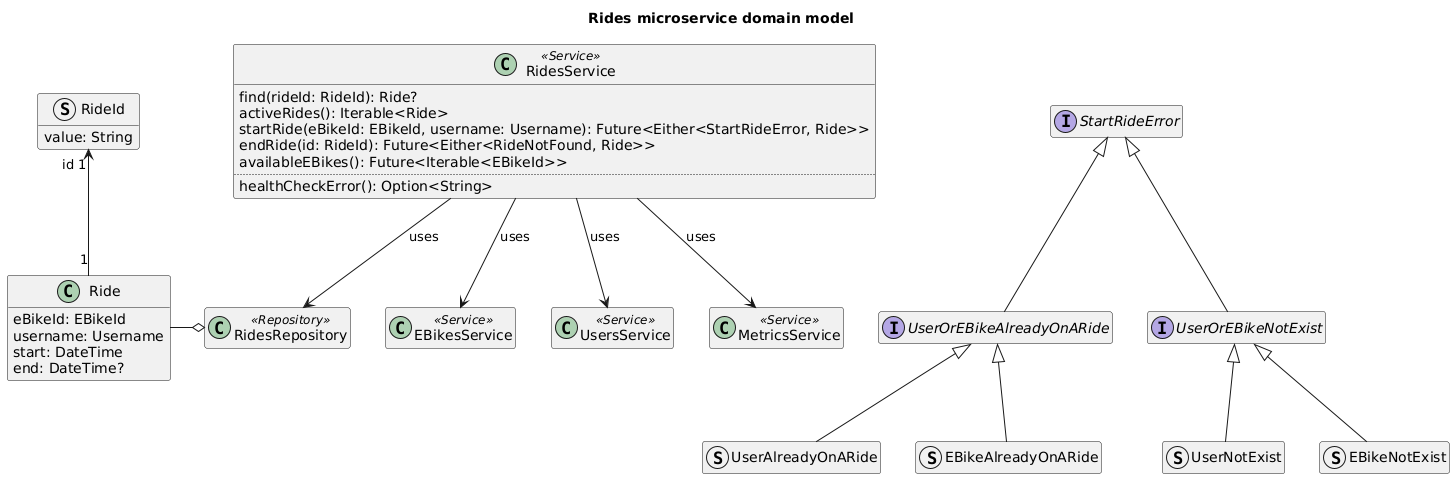
Ventus218/SAP-assignment-03 keeps this PlantUML diagram as doc/diagrams/rides-microservice-domain-model.png. Above is the earlier version. The source it was exported from:
```plantuml
@startuml rides-microservice-domain-model

title Rides microservice domain model

class Ride {
    eBikeId: EBikeId
    username: Username
    start: DateTime
    end: DateTime?
}
struct RideId {
    value: String
}
Ride "1" -u-> "id 1" RideId

class RidesRepository <<Repository>>
RidesRepository o-l- Ride

class RidesService <<Service>> {
    find(rideId: RideId): Ride?
    activeRides(): Iterable<Ride>
    startRide(eBikeId: EBikeId, username: Username): Future<Either<StartRideError, Ride>>
    endRide(id: RideId): Future<Either<RideNotFound, Ride>>
    availableEBikes(): Future<Iterable<EBikeId>>
    ..
    healthCheckError(): Option<String>
}

RidesService --> RidesRepository : "uses"

class EBikesService <<Service>>
RidesService --> EBikesService : "uses"

class UsersService <<Service>>
RidesService --> UsersService : "uses"

class MetricsService <<Service>>
RidesService --> MetricsService : "uses"

interface StartRideError

interface UserOrEBikeAlreadyOnARide extends StartRideError
struct UserAlreadyOnARide extends UserOrEBikeAlreadyOnARide
struct EBikeAlreadyOnARide extends UserOrEBikeAlreadyOnARide

interface UserOrEBikeNotExist extends StartRideError
struct UserNotExist extends UserOrEBikeNotExist
struct EBikeNotExist extends UserOrEBikeNotExist

hide empty members

@enduml
```
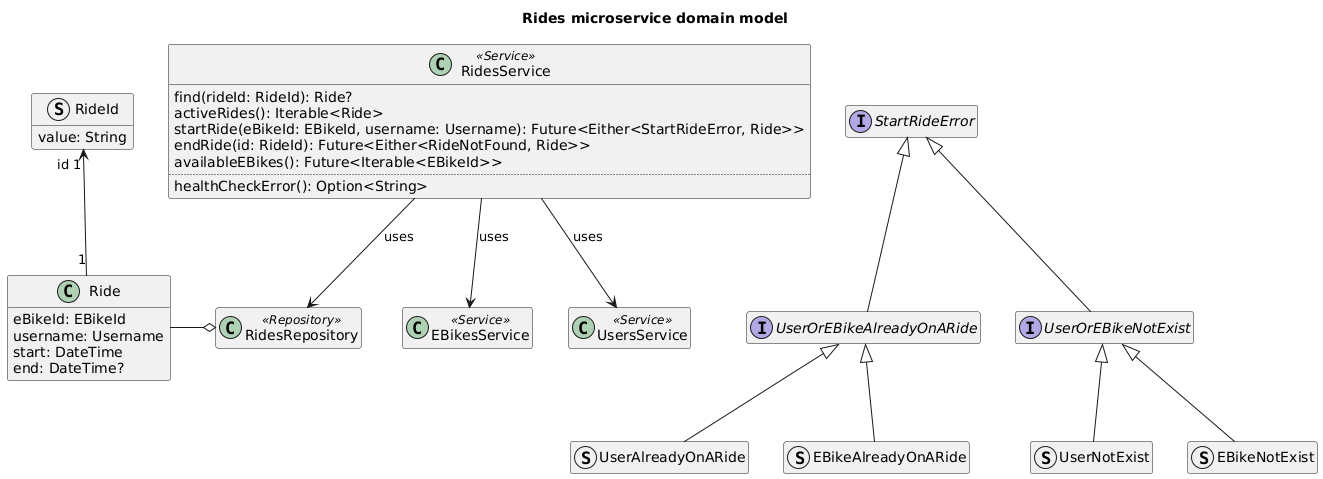
The same diagram one commit later.

Diff of the diagram source:
```diff
@@ -34,9 +34,6 @@
 class UsersService <<Service>>
 RidesService --> UsersService : "uses"
 
-class MetricsService <<Service>>
-RidesService --> MetricsService : "uses"
-
 interface StartRideError
 
 interface UserOrEBikeAlreadyOnARide extends StartRideError
```
